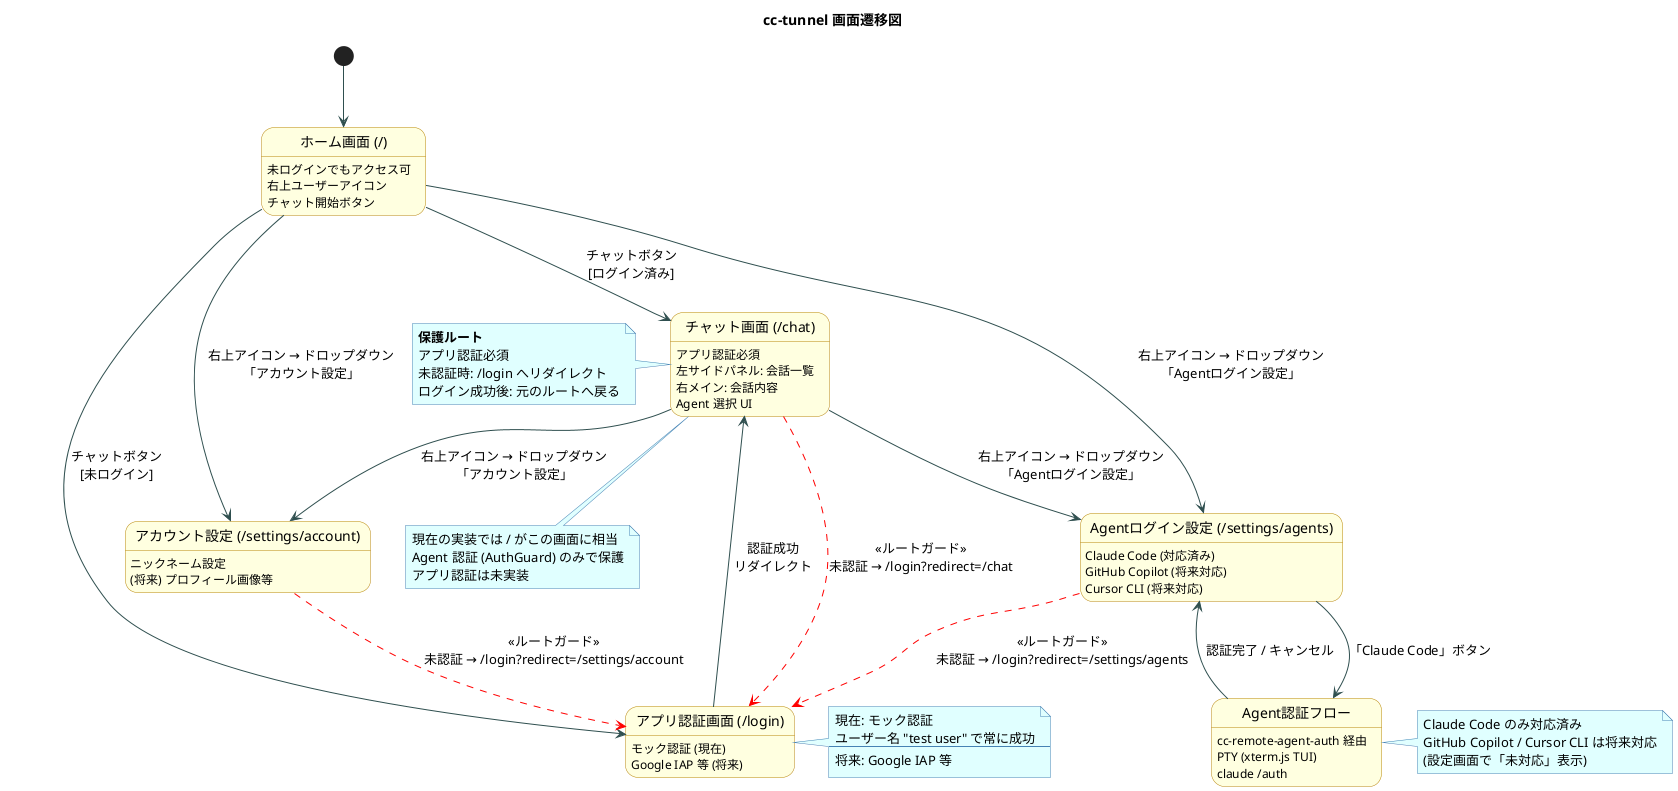
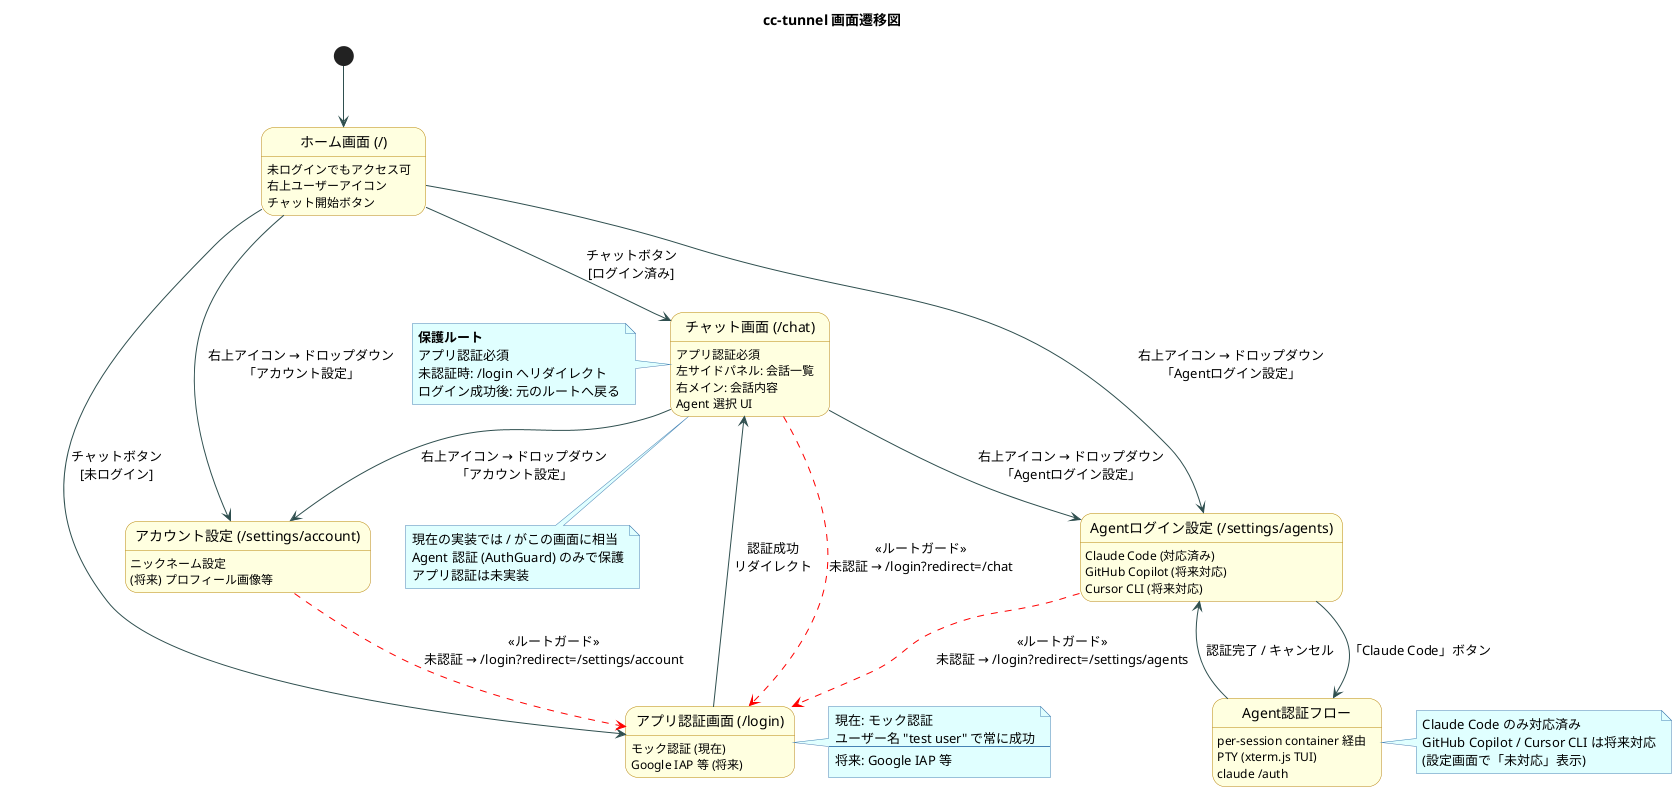
@startuml screen_navigation
title cc-tunnel 画面遷移図

skinparam state {
  BackgroundColor LightYellow
  BorderColor DarkGoldenRod
  ArrowColor DarkSlateGray
}

skinparam note {
  BackgroundColor LightCyan
  BorderColor SteelBlue
}

[*] --> Home

state "ホーム画面 (/)" as Home {
  Home : 未ログインでもアクセス可
  Home : 右上ユーザーアイコン
  Home : チャット開始ボタン
}

state "アプリ認証画面 (/login)" as Login {
  Login : モック認証 (現在)
  Login : Google IAP 等 (将来)
}

state "チャット画面 (/chat)" as Chat {
  Chat : アプリ認証必須
  Chat : 左サイドパネル: 会話一覧
  Chat : 右メイン: 会話内容
  Chat : Agent 選択 UI
}

state "アカウント設定 (/settings/account)" as AccountSettings {
  AccountSettings : ニックネーム設定
  AccountSettings : (将来) プロフィール画像等
}

state "Agentログイン設定 (/settings/agents)" as AgentSettings {
  AgentSettings : Claude Code (対応済み)
  AgentSettings : GitHub Copilot (将来対応)
  AgentSettings : Cursor CLI (将来対応)
}

state "Agent認証フロー" as AgentAuth {
-   AgentAuth : cc-remote-agent-auth 経由
+   AgentAuth : per-session container 経由
  AgentAuth : PTY (xterm.js TUI)
  AgentAuth : claude /auth
}

' チャットボタン押下
Home --> Login : チャットボタン\n[未ログイン]
Home --> Chat : チャットボタン\n[ログイン済み]

' ログイン成功
Login --> Chat : 認証成功\nリダイレクト

' 右上アイコン (ログイン済み)
Home --> AccountSettings : 右上アイコン → ドロップダウン\n「アカウント設定」
Home --> AgentSettings : 右上アイコン → ドロップダウン\n「Agentログイン設定」

' チャット画面からも設定へ
Chat --> AccountSettings : 右上アイコン → ドロップダウン\n「アカウント設定」
Chat --> AgentSettings : 右上アイコン → ドロップダウン\n「Agentログイン設定」

' Agent認証
AgentSettings --> AgentAuth : 「Claude Code」ボタン
AgentAuth --> AgentSettings : 認証完了 / キャンセル

' ルートガード（未認証時リダイレクト）
Chat -[dashed,#red]-> Login : <<ルートガード>>\n未認証 → /login?redirect=/chat
AccountSettings -[dashed,#red]-> Login : <<ルートガード>>\n未認証 → /login?redirect=/settings/account
AgentSettings -[dashed,#red]-> Login : <<ルートガード>>\n未認証 → /login?redirect=/settings/agents

note left of Chat
  **保護ルート**
  アプリ認証必須
  未認証時: /login へリダイレクト
  ログイン成功後: 元のルートへ戻る
end note

note right of Login
  現在: モック認証
  ユーザー名 "test user" で常に成功
  ---
  将来: Google IAP 等
end note

note right of AgentAuth
  Claude Code のみ対応済み
  GitHub Copilot / Cursor CLI は将来対応
  (設定画面で「未対応」表示)
end note

note bottom of Chat
  現在の実装では / がこの画面に相当
  Agent 認証 (AuthGuard) のみで保護
  アプリ認証は未実装
end note

@enduml
